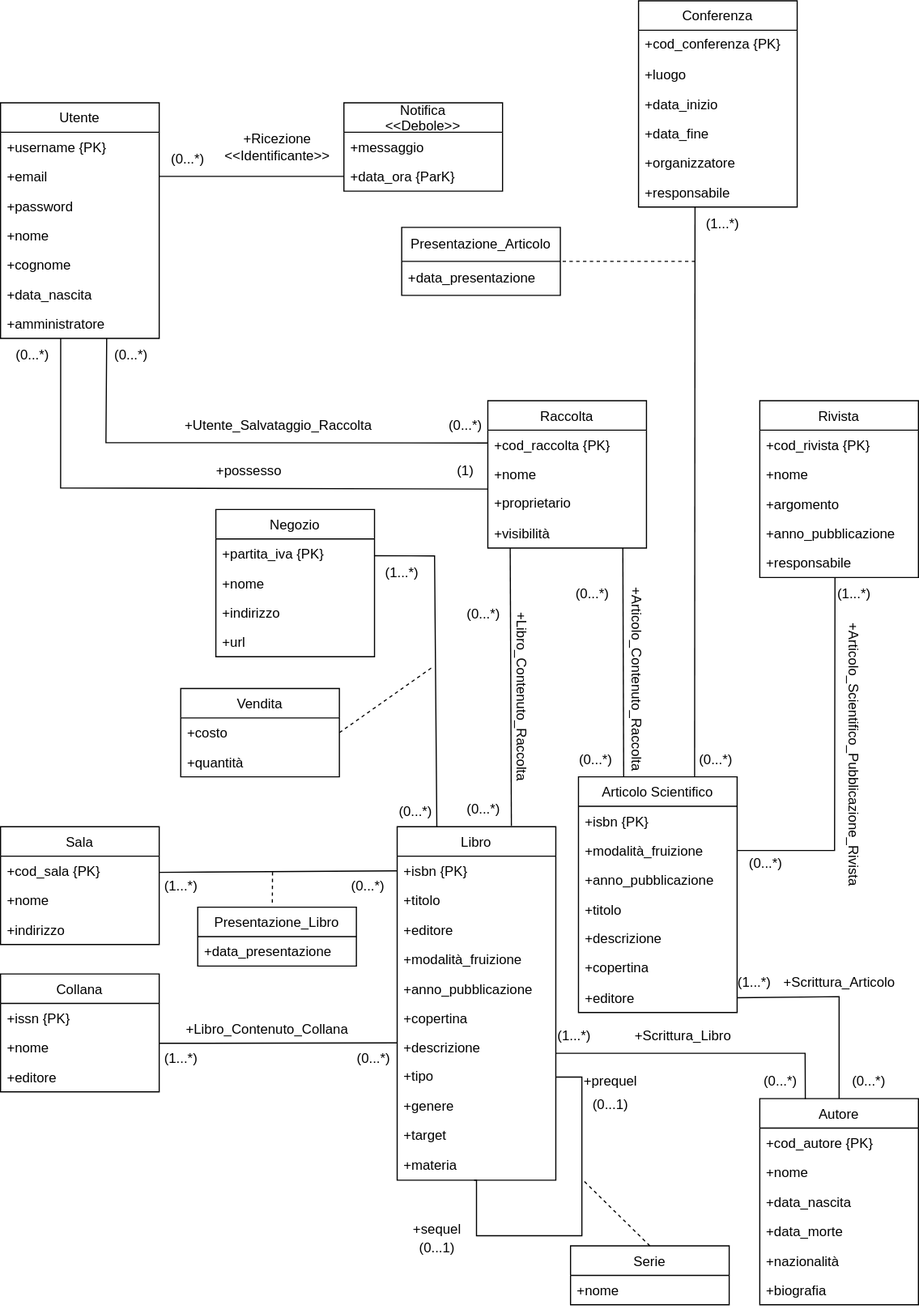
Earlier version of the draw.io export progettazione_concettuale/Modello_Concettuale_UML.drawio.svg (m3tt0/Progetto_OB_BASI). Source tidied: cells renumbered, new cells last; positions are measured from the earlier drawing's top-left corner, leaving out a move shared by most shapes.
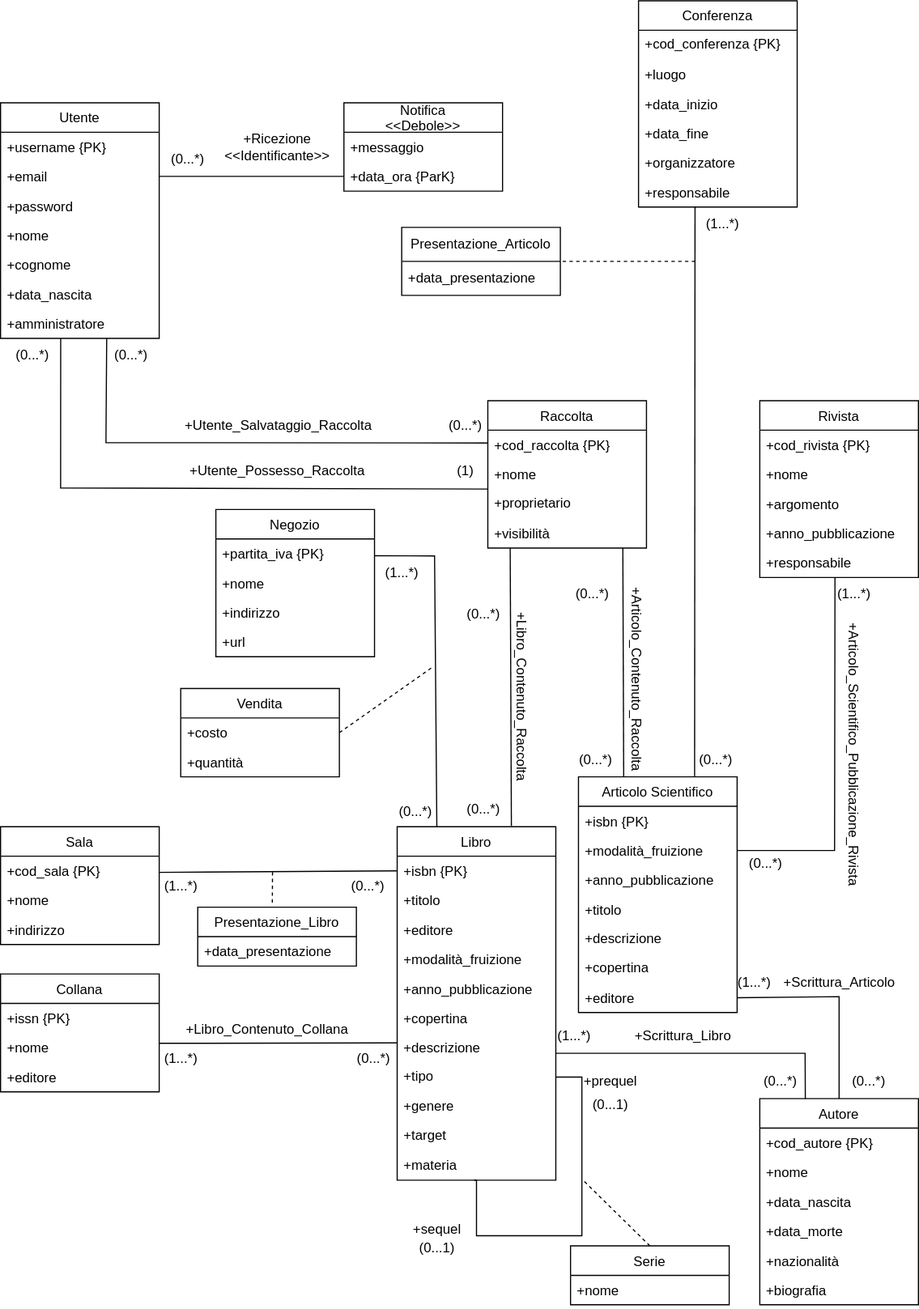
The same diagram one commit later.

What changed in the source:
```diff
@@ -314,9 +314,6 @@
     <mxCell id="100" value="(0...*)" style="text;html=1;align=center;verticalAlign=middle;strokeColor=none;fillColor=none;" parent="1" vertex="1">
       <mxGeometry x="90" y="298" width="50" height="30" as="geometry" />
     </mxCell>
-    <mxCell id="101" value="+possesso" style="text;html=1;align=center;verticalAlign=middle;strokeColor=none;fillColor=none;rotation=0;" parent="1" vertex="1">
-      <mxGeometry x="179" y="400" width="80" height="30" as="geometry" />
-    </mxCell>
     <mxCell id="102" value="(0...*)" style="text;html=1;align=center;verticalAlign=middle;strokeColor=none;fillColor=none;" parent="1" vertex="1">
       <mxGeometry x="3" y="298" width="50" height="30" as="geometry" />
     </mxCell>
@@ -438,5 +435,8 @@
         <mxPoint x="513" y="1040" as="targetPoint" />
       </mxGeometry>
     </mxCell>
+    <mxCell id="134" value="+Utente_Possesso_Raccolta" style="text;html=1;align=center;verticalAlign=middle;strokeColor=none;fillColor=none;rotation=0;" parent="1" vertex="1">
+      <mxGeometry x="149" y="400" width="190" height="30" as="geometry" />
+    </mxCell>
   </root>
 </mxGraphModel>
```
